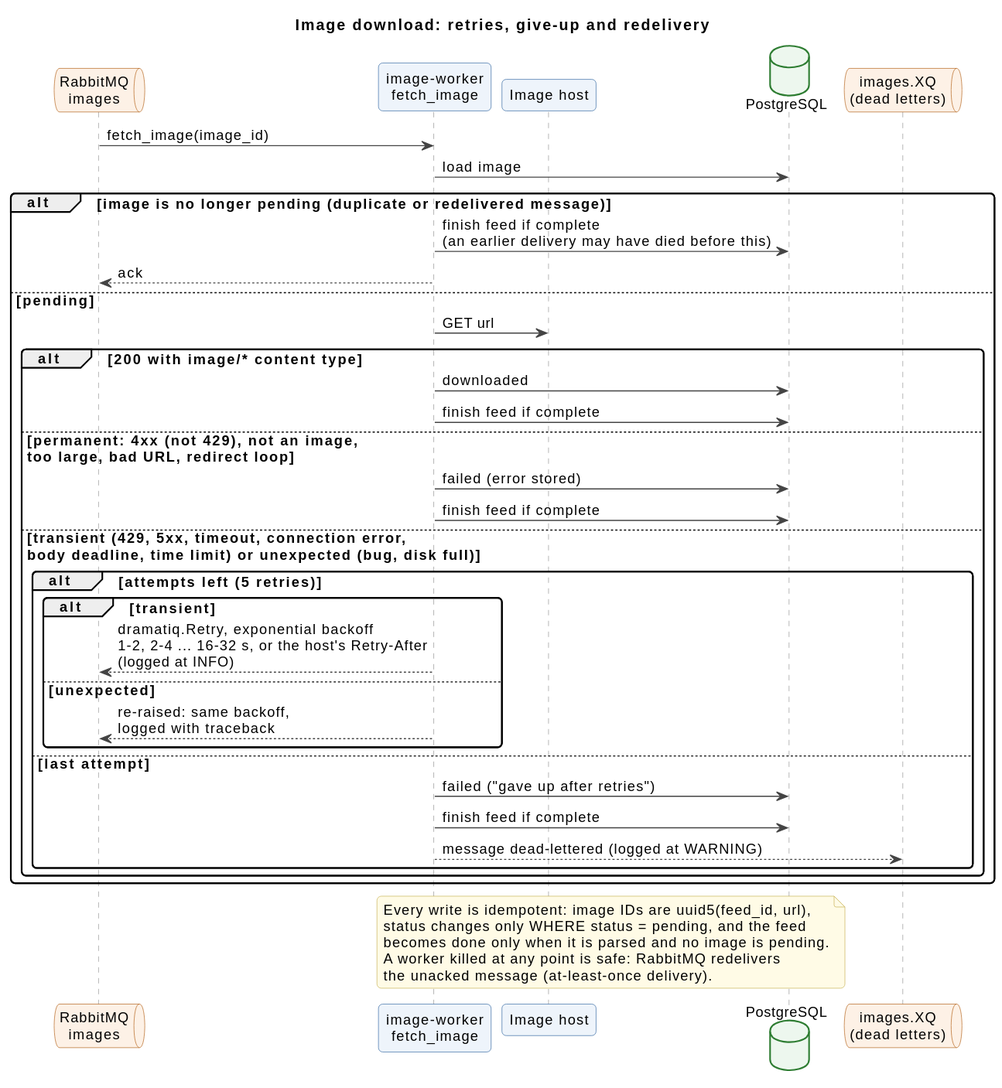
Earlier version of the PlantUML export docs/diagrams/failure-handling.svg (Majny/item-feed-service). The source it was exported from:
```plantuml
@startuml
!include _style.iuml
title Image download: retries, give-up and redelivery

queue "RabbitMQ\nimages" as QI
participant "image-worker\nfetch_image" as IW
participant "Image host" as HOST
database PostgreSQL as PG
queue "images.XQ\n(dead letters)" as DLQ

QI -> IW : fetch_image(image_id)
IW -> PG : load image
alt image is no longer pending (duplicate or redelivered message)
  IW -> PG : finish feed if complete\n(an earlier delivery may have died before this)
  IW --> QI : ack
else pending
  IW -> HOST : GET url
  alt 200 with image/* content type
    IW -> PG : downloaded
    IW -> PG : finish feed if complete
  else permanent: 4xx (not 429), not an image,\ntoo large, bad URL, redirect loop
    IW -> PG : failed (error stored)
    IW -> PG : finish feed if complete
  else transient (429, 5xx, timeout, connection error,\nbody deadline, time limit) or unexpected (bug, disk full)
    alt attempts left (5 retries)
      alt transient
        IW --> QI : dramatiq.Retry, exponential backoff\n1-2, 2-4 ... 16-32 s, or the host's Retry-After\n(logged at INFO)
      else unexpected
        IW --> QI : re-raised: same backoff,\nlogged with traceback
      end
    else last attempt
      IW -> PG : failed ("gave up after retries")
      IW -> PG : finish feed if complete
      IW --> DLQ : message dead-lettered (logged at WARNING)
    end
  end
end

note over IW, PG
  Every write is idempotent: image IDs are uuid5(feed_id, url),
  status changes only WHERE status = pending, and the feed
  becomes done only when it is parsed and no image is pending.
  A worker killed at any point is safe: RabbitMQ redelivers
  the unacked message (at-least-once delivery).
end note
@enduml
```
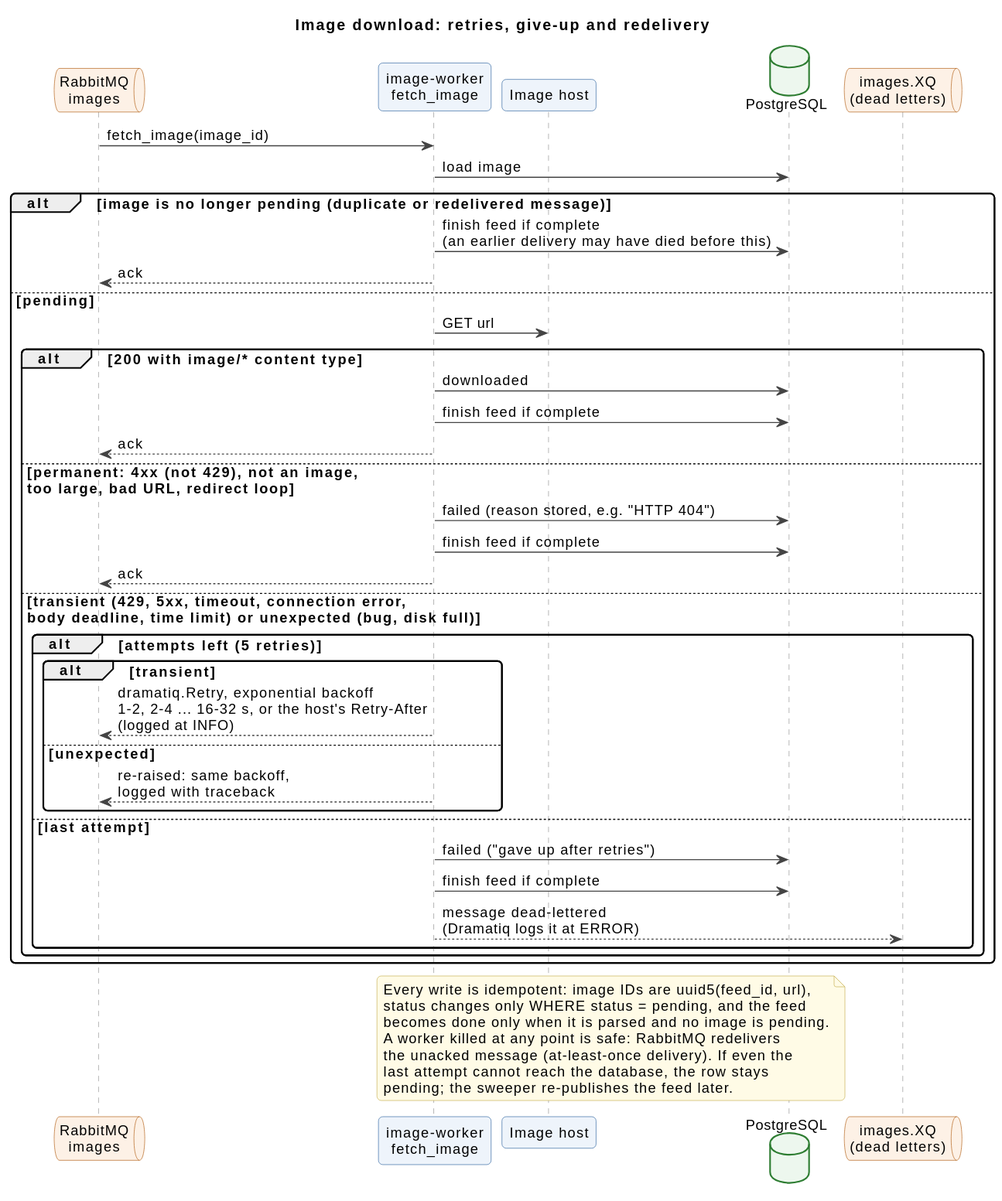
Later version of the same file.

What changed in the source:
```diff
@@ -18,9 +18,11 @@
   alt 200 with image/* content type
     IW -> PG : downloaded
     IW -> PG : finish feed if complete
+    IW --> QI : ack
   else permanent: 4xx (not 429), not an image,\ntoo large, bad URL, redirect loop
-    IW -> PG : failed (error stored)
+    IW -> PG : failed (reason stored, e.g. "HTTP 404")
     IW -> PG : finish feed if complete
+    IW --> QI : ack
   else transient (429, 5xx, timeout, connection error,\nbody deadline, time limit) or unexpected (bug, disk full)
     alt attempts left (5 retries)
       alt transient
@@ -31,7 +33,7 @@
     else last attempt
       IW -> PG : failed ("gave up after retries")
       IW -> PG : finish feed if complete
-      IW --> DLQ : message dead-lettered (logged at WARNING)
+      IW --> DLQ : message dead-lettered\n(Dramatiq logs it at ERROR)
     end
   end
 end
@@ -41,6 +43,8 @@
   status changes only WHERE status = pending, and the feed
   becomes done only when it is parsed and no image is pending.
   A worker killed at any point is safe: RabbitMQ redelivers
-  the unacked message (at-least-once delivery).
+  the unacked message (at-least-once delivery). If even the
+  last attempt cannot reach the database, the row stays
+  pending; the sweeper re-publishes the feed later.
 end note
 @enduml
```
